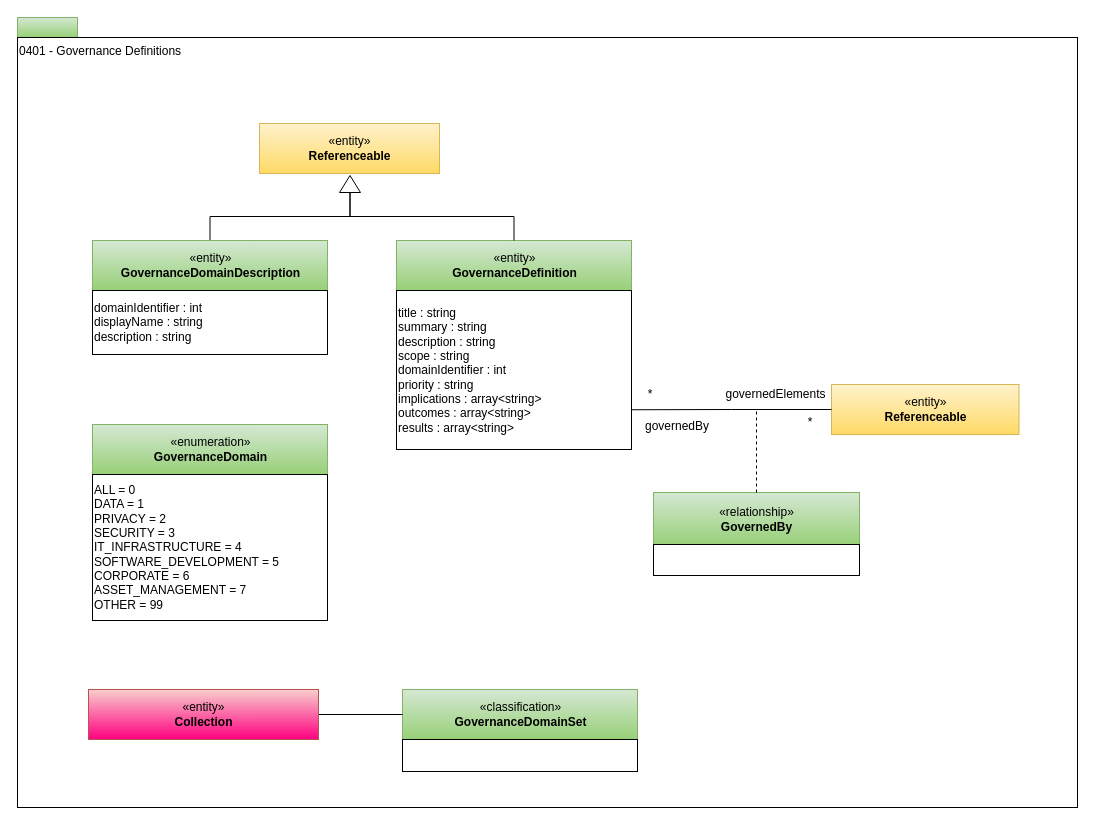
The draw.io diagram page "0401-Governance-Definitions" (2 of 28) of open-metadata-publication/website/open-metadata-types/area-4-governance.drawio in odpi/egeria, before the edit. Source tidied: cells renumbered, new cells numbered last; positions are measured from the earlier drawing's top-left corner, leaving out a move shared by most shapes. Both pictures are drawn from the tidied source at 100%, with x=0, y=0 at pixel (17, 17).
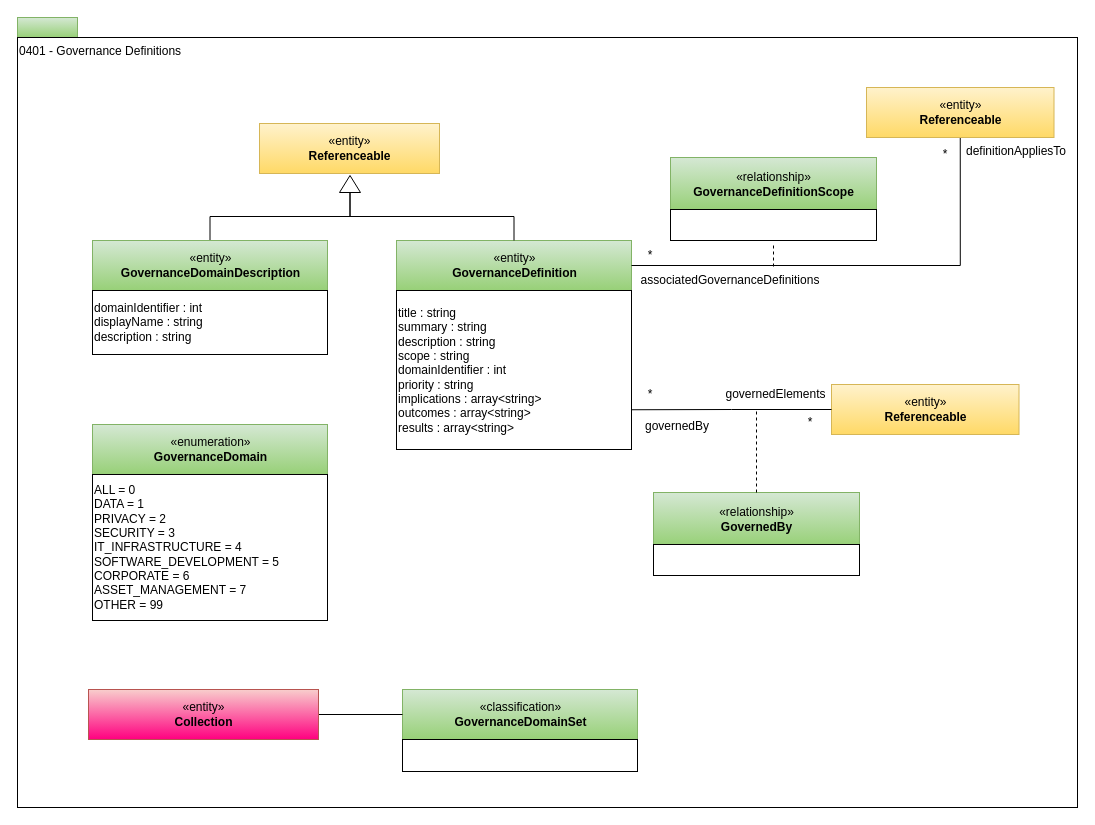
The same page after the edit.

The change refers to these unchanged cells:
```xml
<mxCell id="4" value="«entity»&lt;br&gt;&lt;b&gt;GovernanceDefinition&lt;/b&gt;" style="html=1;strokeColor=#82b366;align=center;fillColor=#d5e8d4;gradientColor=#97d077;" parent="1" vertex="1">
  <mxGeometry x="379" y="223" width="235" height="50" as="geometry" />
</mxCell>
```

What changed in the source:
```diff
@@
+    <mxCell id="27" style="edgeStyle=orthogonalEdgeStyle;rounded=0;jettySize=auto;html=1;entryX=1;entryY=0.5;entryDx=0;entryDy=0;endArrow=none;endFill=0;endSize=17;exitX=0.5;exitY=1;exitDx=0;exitDy=0;" parent="1" edge="1" source="28" target="4">
+      <mxGeometry relative="1" as="geometry" />
+    </mxCell>
+    <mxCell id="28" value="«entity»&lt;br&gt;&lt;b&gt;Referenceable&lt;/b&gt;" style="html=1;strokeColor=#d6b656;align=center;fillColor=#fff2cc;gradientColor=#ffd966;" parent="1" vertex="1">
+      <mxGeometry x="849" y="70" width="187.5" height="50" as="geometry" />
+    </mxCell>
+    <mxCell id="29" value="«relationship»&lt;br&gt;&lt;b&gt;GovernanceDefinitionScope&lt;/b&gt;" style="html=1;strokeColor=#82b366;align=center;fillColor=#d5e8d4;gradientColor=#97d077;" parent="1" vertex="1">
+      <mxGeometry x="653" y="140" width="206" height="53" as="geometry" />
+    </mxCell>
+    <mxCell id="30" style="endArrow=none;dashed=1;html=1;" parent="1" edge="1">
+      <mxGeometry relative="1" as="geometry">
+        <mxPoint x="756" y="249" as="sourcePoint" />
+        <mxPoint x="756" y="225" as="targetPoint" />
+      </mxGeometry>
+    </mxCell>
+    <mxCell id="31" style="rounded=0;whiteSpace=wrap;html=1;strokeColor=#000000;gradientColor=#ffffff;align=left;" parent="1" vertex="1">
+      <mxGeometry x="653" y="192" width="206" height="31" as="geometry" />
+    </mxCell>
+    <mxCell id="32" value="associatedGovernanceDefinitions" style="text;html=1;strokeColor=none;fillColor=none;align=center;verticalAlign=middle;whiteSpace=wrap;rounded=0;" parent="1" vertex="1">
+      <mxGeometry x="650" y="253" width="126" height="20" as="geometry" />
+    </mxCell>
+    <mxCell id="33" value="definitionAppliesTo" style="text;html=1;strokeColor=none;fillColor=none;align=center;verticalAlign=middle;whiteSpace=wrap;rounded=0;" parent="1" vertex="1">
+      <mxGeometry x="941" y="124" width="116" height="20" as="geometry" />
+    </mxCell>
+    <mxCell id="34" value="*" style="text;html=1;strokeColor=none;fillColor=none;align=center;verticalAlign=middle;whiteSpace=wrap;rounded=0;" parent="1" vertex="1">
+      <mxGeometry x="915" y="128" width="26" height="18" as="geometry" />
+    </mxCell>
+    <mxCell id="35" value="*" style="text;html=1;strokeColor=none;fillColor=none;align=center;verticalAlign=middle;whiteSpace=wrap;rounded=0;" parent="1" vertex="1">
+      <mxGeometry x="620" y="229" width="26" height="18" as="geometry" />
+    </mxCell>
```
